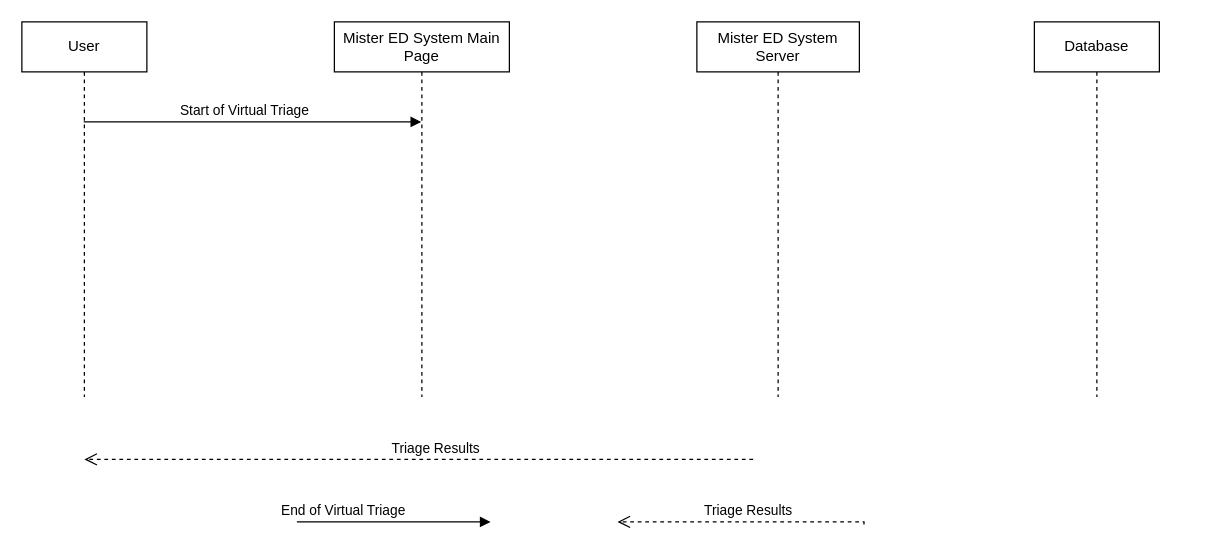
Before: Untitled Diagram.drawio in uvic-teach/project-m1-team8, a draw.io diagram. Source tidied: cells renumbered, new cells numbered last; positions are measured from the earlier drawing's top-left corner, leaving out a move shared by most shapes. Both pictures are drawn from the tidied source at 125%, with x=0, y=0 at pixel (21, 21).
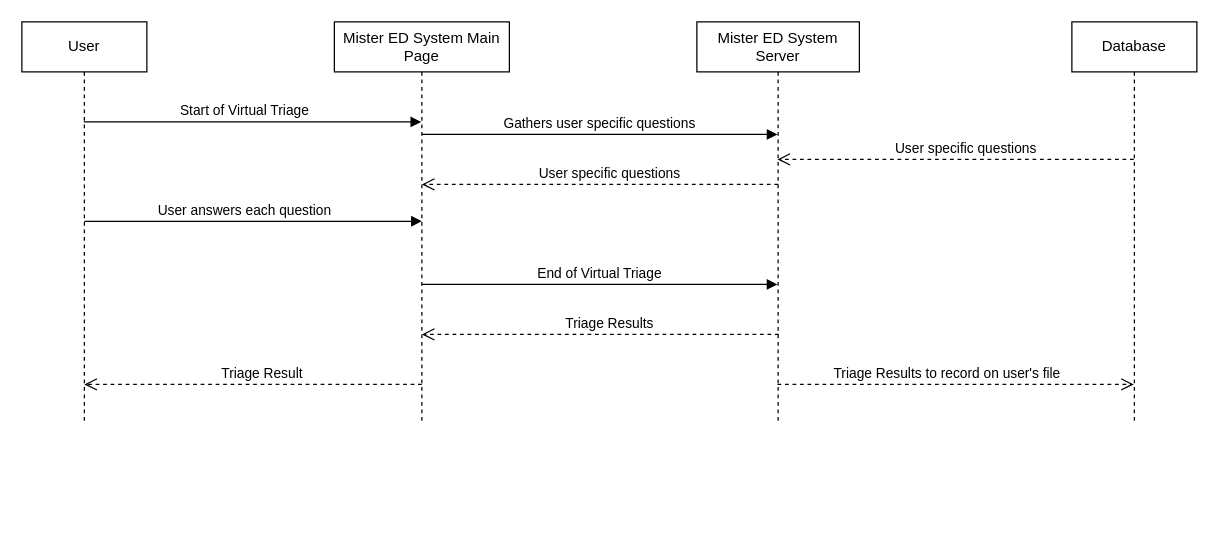
The same page after the edit.

What changed in the source:
```diff
@@
-    <mxCell id="2" value="Triage Results" style="html=1;verticalAlign=bottom;endArrow=open;dashed=1;endSize=8;edgeStyle=elbowEdgeStyle;elbow=vertical;curved=0;rounded=0;exitX=0.517;exitY=0.9;exitDx=0;exitDy=0;exitPerimeter=0;" parent="1" edge="1">
+    <mxCell id="2" value="Triage Results to record on user's file" style="html=1;verticalAlign=bottom;endArrow=open;dashed=1;endSize=8;edgeStyle=elbowEdgeStyle;elbow=vertical;curved=0;rounded=0;" parent="1" edge="1">
       <mxGeometry x="-0.05" relative="1" as="geometry">
-        <mxPoint x="673.7" y="402" as="sourcePoint" />
-        <mxPoint x="476.5" y="400" as="targetPoint" />
+        <mxPoint x="604.5" y="290" as="sourcePoint" />
+        <mxPoint x="889.5" y="290" as="targetPoint" />
         <Array as="points">
-          <mxPoint x="340" y="400" />
-          <mxPoint x="210" y="440" />
+          <mxPoint x="760" y="290" />
+          <mxPoint x="383.5" y="250" />
         </Array>
       </mxGeometry>
     </mxCell>
@@
     <mxCell id="4" value="Mister ED System Server" style="shape=umlLifeline;perimeter=lifelinePerimeter;whiteSpace=wrap;html=1;newEdgeStyle={&quot;edgeStyle&quot;:&quot;elbowEdgeStyle&quot;,&quot;elbow&quot;:&quot;vertical&quot;,&quot;curved&quot;:0,&quot;rounded&quot;:0};" parent="1" vertex="1">
-      <mxGeometry x="540" width="130" height="300" as="geometry" />
+      <mxGeometry x="540" width="130" height="320" as="geometry" />
     </mxCell>
     <mxCell id="5" value="User" style="shape=umlLifeline;perimeter=lifelinePerimeter;whiteSpace=wrap;html=1;outlineConnect=0;portConstraint=eastwest;newEdgeStyle={&quot;edgeStyle&quot;:&quot;elbowEdgeStyle&quot;,&quot;elbow&quot;:&quot;vertical&quot;,&quot;curved&quot;:0,&quot;rounded&quot;:0};" parent="1" vertex="1">
-      <mxGeometry width="100" height="300" as="geometry" />
+      <mxGeometry width="100" height="320" as="geometry" />
     </mxCell>
     <mxCell id="6" value="Database" style="shape=umlLifeline;perimeter=lifelinePerimeter;whiteSpace=wrap;html=1;newEdgeStyle={&quot;edgeStyle&quot;:&quot;elbowEdgeStyle&quot;,&quot;elbow&quot;:&quot;vertical&quot;,&quot;curved&quot;:0,&quot;rounded&quot;:0};" parent="1" vertex="1">
-      <mxGeometry x="810" width="100" height="300" as="geometry" />
+      <mxGeometry x="840" width="100" height="320" as="geometry" />
     </mxCell>
-    <mxCell id="7" value="End of Virtual Triage" style="html=1;verticalAlign=bottom;endArrow=block;edgeStyle=elbowEdgeStyle;elbow=vertical;curved=0;rounded=0;" parent="1" edge="1">
-      <mxGeometry x="-0.05" relative="1" as="geometry">
-        <mxPoint x="291.5" y="400" as="sourcePoint" />
-        <mxPoint x="375" y="400" as="targetPoint" />
+    <mxCell id="7" value="Gathers user specific questions" style="html=1;verticalAlign=bottom;endArrow=block;edgeStyle=elbowEdgeStyle;elbow=vertical;curved=0;rounded=0;" parent="1" edge="1">
+      <mxGeometry x="0.19" relative="1" as="geometry">
+        <mxPoint x="391.5" y="90" as="sourcePoint" />
+        <mxPoint x="604.5" y="90" as="targetPoint" />
         <Array as="points">
-          <mxPoint x="220" y="400" />
+          <mxPoint x="320" y="90" />
         </Array>
+        <mxPoint x="1" as="offset" />
       </mxGeometry>
     </mxCell>
     <mxCell id="8" value="Triage Results" style="html=1;verticalAlign=bottom;endArrow=open;dashed=1;endSize=8;edgeStyle=elbowEdgeStyle;elbow=vertical;curved=0;rounded=0;" parent="1" edge="1">
       <mxGeometry x="-0.05" relative="1" as="geometry">
-        <mxPoint x="585" y="350" as="sourcePoint" />
-        <mxPoint x="50" y="350" as="targetPoint" />
+        <mxPoint x="605.5" y="250" as="sourcePoint" />
+        <mxPoint x="320" y="250" as="targetPoint" />
         <Array as="points">
-          <mxPoint x="229.5" y="350" />
-          <mxPoint x="99.5" y="390" />
+          <mxPoint x="500.5" y="250" />
         </Array>
       </mxGeometry>
     </mxCell>
     <mxCell id="9" value="Mister ED System Main Page" style="shape=umlLifeline;perimeter=lifelinePerimeter;whiteSpace=wrap;html=1;outlineConnect=0;portConstraint=eastwest;newEdgeStyle={&quot;edgeStyle&quot;:&quot;elbowEdgeStyle&quot;,&quot;elbow&quot;:&quot;vertical&quot;,&quot;curved&quot;:0,&quot;rounded&quot;:0};" parent="1" vertex="1">
-      <mxGeometry x="250" width="140" height="300" as="geometry" />
+      <mxGeometry x="250" width="140" height="320" as="geometry" />
     </mxCell>
+    <mxCell id="10" value="Triage Result" style="html=1;verticalAlign=bottom;endArrow=open;dashed=1;endSize=8;edgeStyle=elbowEdgeStyle;elbow=vertical;curved=0;rounded=0;" parent="1" edge="1">
+      <mxGeometry x="-0.05" relative="1" as="geometry">
+        <mxPoint x="320" y="290" as="sourcePoint" />
+        <mxPoint x="50" y="290" as="targetPoint" />
+        <Array as="points">
+          <mxPoint x="230.5" y="290" />
+        </Array>
+      </mxGeometry>
+    </mxCell>
+    <mxCell id="11" value="User specific questions" style="html=1;verticalAlign=bottom;endArrow=open;dashed=1;endSize=8;edgeStyle=elbowEdgeStyle;elbow=vertical;curved=0;rounded=0;" parent="1" edge="1">
+      <mxGeometry x="-0.05" relative="1" as="geometry">
+        <mxPoint x="889.5" y="110" as="sourcePoint" />
+        <mxPoint x="604.5" y="110" as="targetPoint" />
+        <Array as="points">
+          <mxPoint x="780.5" y="110" />
+        </Array>
+      </mxGeometry>
+    </mxCell>
+    <mxCell id="12" value="End of Virtual Triage" style="html=1;verticalAlign=bottom;endArrow=block;edgeStyle=elbowEdgeStyle;elbow=vertical;curved=0;rounded=0;" parent="1" edge="1">
+      <mxGeometry x="0.19" relative="1" as="geometry">
+        <mxPoint x="391.5" y="210" as="sourcePoint" />
+        <mxPoint x="604.5" y="210" as="targetPoint" />
+        <Array as="points">
+          <mxPoint x="320" y="210" />
+        </Array>
+        <mxPoint x="1" as="offset" />
+      </mxGeometry>
+    </mxCell>
+    <mxCell id="13" value="User specific questions" style="html=1;verticalAlign=bottom;endArrow=open;dashed=1;endSize=8;edgeStyle=elbowEdgeStyle;elbow=vertical;curved=0;rounded=0;" parent="1" edge="1">
+      <mxGeometry x="-0.05" relative="1" as="geometry">
+        <mxPoint x="605" y="130" as="sourcePoint" />
+        <mxPoint x="320" y="130" as="targetPoint" />
+        <Array as="points">
+          <mxPoint x="496" y="130" />
+        </Array>
+      </mxGeometry>
+    </mxCell>
+    <mxCell id="14" value="User answers each question" style="html=1;verticalAlign=bottom;endArrow=block;edgeStyle=elbowEdgeStyle;elbow=vertical;curved=0;rounded=0;" parent="1" edge="1">
+      <mxGeometry x="-0.05" relative="1" as="geometry">
+        <mxPoint x="50" y="159.5" as="sourcePoint" />
+        <mxPoint x="320" y="159.5" as="targetPoint" />
+        <Array as="points">
+          <mxPoint x="150.5" y="159.5" />
+        </Array>
+      </mxGeometry>
+    </mxCell>
```
